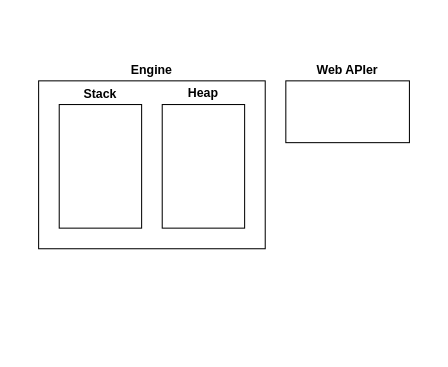
eheu/hovedopgave keeps this draw.io diagram as js-engine-runtime.drawio. Above is the earlier version. Source tidied: cells renumbered, new cells numbered last; positions are measured from the earlier drawing's top-left corner, leaving out a move shared by most shapes. Both pictures are drawn from the tidied source at 103%, with x=0, y=0 at pixel (38, 60).
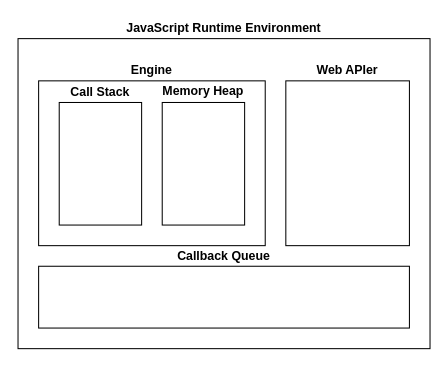
The same page after the edit.

Diff of the diagram source:
```diff
@@
 <mxGraphModel>
   <root>
     <mxCell id="0" />
     <mxCell id="1" parent="0" />
+    <mxCell id="10" style="rounded=0;whiteSpace=wrap;html=1;" parent="1" vertex="1">
+      <mxGeometry x="-20" y="-21" width="400" height="301" as="geometry" />
+    </mxCell>
     <mxCell id="2" style="rounded=0;whiteSpace=wrap;html=1;" parent="1" vertex="1">
-      <mxGeometry y="20" width="220" height="163" as="geometry" />
+      <mxGeometry y="20" width="220" height="160" as="geometry" />
     </mxCell>
     <mxCell id="3" style="rounded=0;whiteSpace=wrap;html=1;" parent="1" vertex="1">
-      <mxGeometry x="20" y="43" width="80" height="120" as="geometry" />
+      <mxGeometry x="20" y="41" width="80" height="119" as="geometry" />
     </mxCell>
     <mxCell id="4" style="rounded=0;whiteSpace=wrap;html=1;" parent="1" vertex="1">
-      <mxGeometry x="120" y="43" width="80" height="120" as="geometry" />
+      <mxGeometry x="120" y="41" width="80" height="119" as="geometry" />
     </mxCell>
     <mxCell id="5" value="Engine" style="text;html=1;strokeColor=none;fillColor=none;align=center;verticalAlign=middle;whiteSpace=wrap;rounded=0;fontStyle=1;" parent="1" vertex="1">
       <mxGeometry width="220" height="20" as="geometry" />
     </mxCell>
-    <mxCell id="6" value="&lt;b&gt;Stack&lt;/b&gt;" style="text;html=1;strokeColor=none;fillColor=none;align=center;verticalAlign=middle;whiteSpace=wrap;rounded=0;" parent="1" vertex="1">
-      <mxGeometry x="20" y="23" width="80" height="20" as="geometry" />
+    <mxCell id="6" value="&lt;b&gt;Call Stack&lt;br&gt;&lt;/b&gt;" style="text;html=1;strokeColor=none;fillColor=none;align=center;verticalAlign=middle;whiteSpace=wrap;rounded=0;" parent="1" vertex="1">
+      <mxGeometry x="20" y="21" width="80" height="20" as="geometry" />
     </mxCell>
-    <mxCell id="7" value="&lt;b&gt;Heap&lt;/b&gt;" style="text;html=1;strokeColor=none;fillColor=none;align=center;verticalAlign=middle;whiteSpace=wrap;rounded=0;" parent="1" vertex="1">
-      <mxGeometry x="120" y="22" width="80" height="20" as="geometry" />
+    <mxCell id="7" value="&lt;b&gt;Memory Heap&lt;br&gt;&lt;/b&gt;" style="text;html=1;strokeColor=none;fillColor=none;align=center;verticalAlign=middle;whiteSpace=wrap;rounded=0;" parent="1" vertex="1">
+      <mxGeometry x="110" y="20" width="100" height="20" as="geometry" />
     </mxCell>
     <mxCell id="8" style="rounded=0;whiteSpace=wrap;html=1;" parent="1" vertex="1">
-      <mxGeometry x="240" y="20" width="120" height="60" as="geometry" />
+      <mxGeometry x="240" y="20" width="120" height="160" as="geometry" />
     </mxCell>
     <mxCell id="9" value="Web APIer" style="text;html=1;strokeColor=none;fillColor=none;align=center;verticalAlign=middle;whiteSpace=wrap;rounded=0;fontStyle=1;" parent="1" vertex="1">
       <mxGeometry x="240" width="120" height="20" as="geometry" />
     </mxCell>
+    <mxCell id="11" style="rounded=0;whiteSpace=wrap;html=1;" parent="1" vertex="1">
+      <mxGeometry y="200" width="360" height="60" as="geometry" />
+    </mxCell>
+    <mxCell id="12" value="Callback Queue" style="text;html=1;strokeColor=none;fillColor=none;align=center;verticalAlign=middle;whiteSpace=wrap;rounded=0;fontStyle=1;" parent="1" vertex="1">
+      <mxGeometry y="180" width="360" height="20" as="geometry" />
+    </mxCell>
+    <mxCell id="13" value="&lt;b&gt;JavaScript Runtime Environment&lt;br&gt;&lt;/b&gt;" style="text;html=1;strokeColor=none;fillColor=none;align=center;verticalAlign=middle;whiteSpace=wrap;rounded=0;" parent="1" vertex="1">
+      <mxGeometry x="-20" y="-41" width="400" height="20" as="geometry" />
+    </mxCell>
   </root>
 </mxGraphModel>
```
